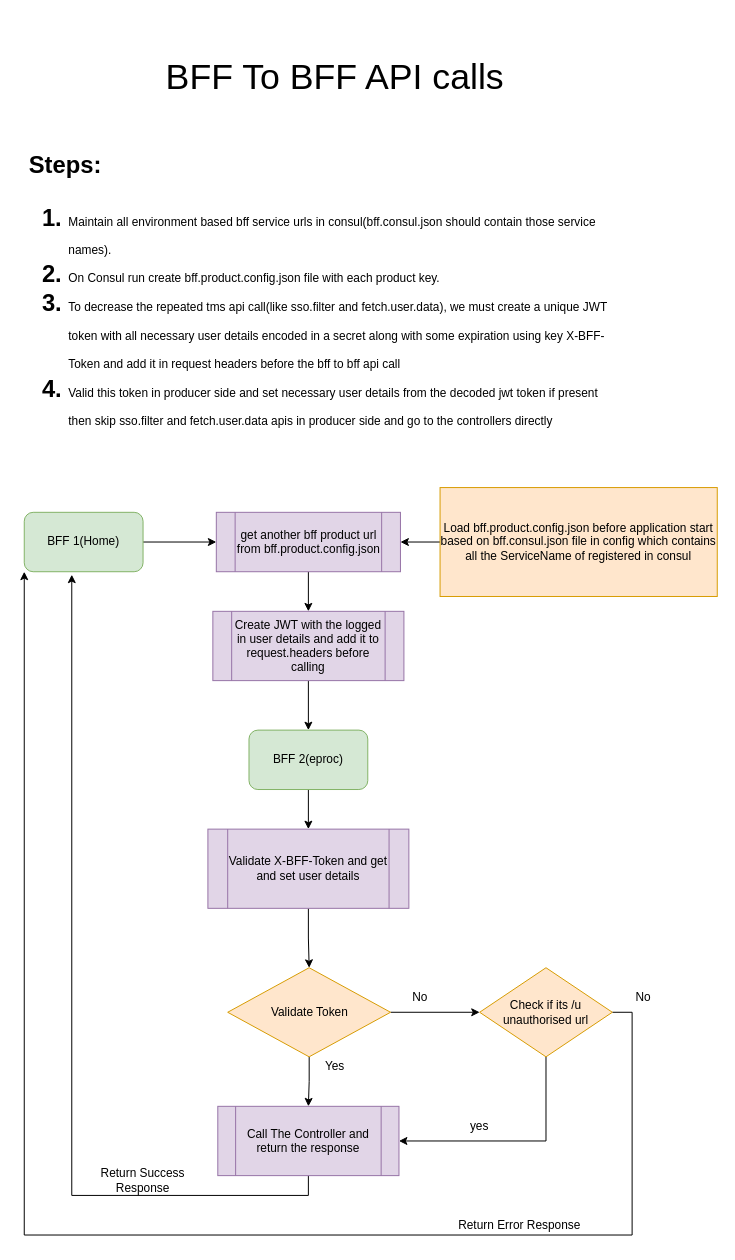
Earlier version of the draw.io diagram BFF-to-BFF-Calls.drawio (AkashB22/drawio). Source tidied: cells renumbered, new cells numbered last; positions are measured from the earlier drawing's top-left corner, leaving out a move shared by most shapes. Both pictures are drawn from the tidied source at 99%, with x=0, y=0 at pixel (24, 17).
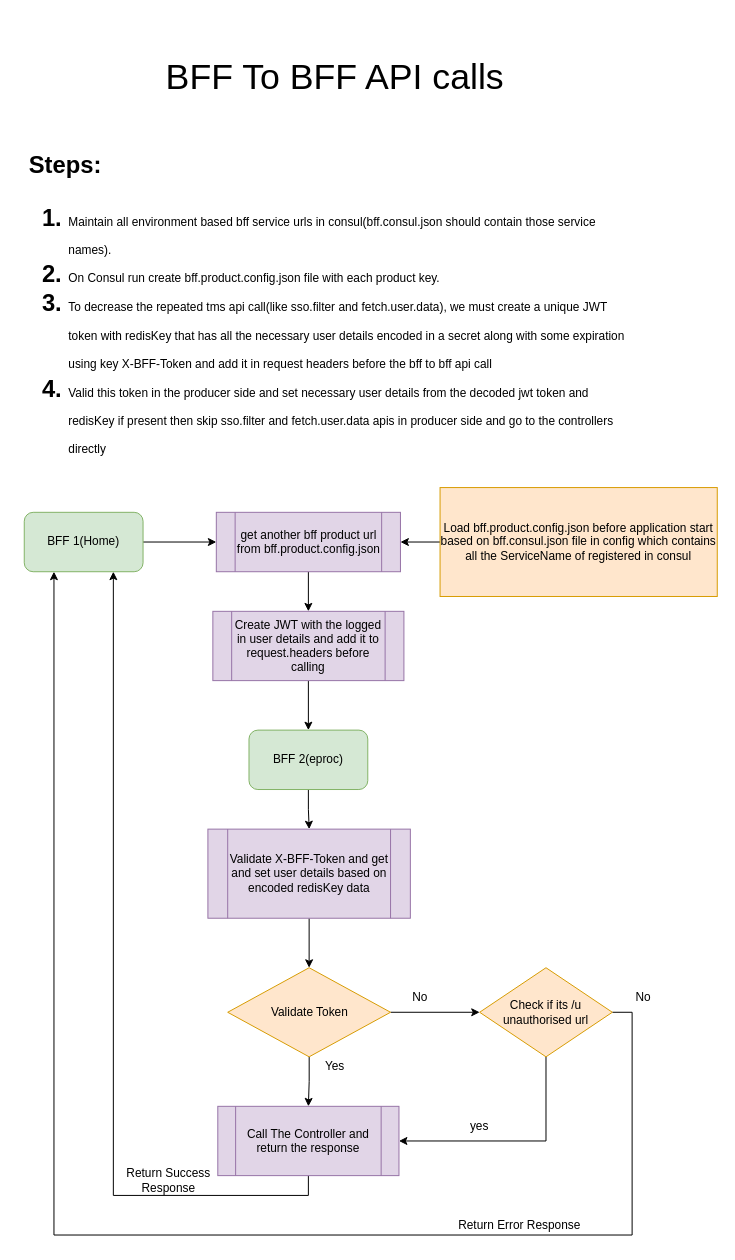
After the change.

Unchanged cells that the change refers to:
```xml
<mxCell id="5" value="BFF 1(Home)" style="rounded=1;whiteSpace=wrap;html=1;fillColor=#d5e8d4;strokeColor=#82b366;" parent="1" vertex="1">
  <mxGeometry y="500" width="120" height="60" as="geometry" />
</mxCell>
<mxCell id="18" value="Call The Controller and return the response" style="shape=process;whiteSpace=wrap;html=1;backgroundOutline=1;fillColor=#e1d5e7;strokeColor=#9673a6;" parent="1" vertex="1">
  <mxGeometry x="195.5" y="1100" width="183" height="70" as="geometry" />
</mxCell>
<mxCell id="24" value="Check if its /u unauthorised url" style="rhombus;whiteSpace=wrap;html=1;fontFamily=Helvetica;fillColor=#ffe6cc;strokeColor=#d79b00;" parent="1" vertex="1">
  <mxGeometry x="460" y="960" width="134" height="90" as="geometry" />
</mxCell>
```

Change to the diagram source:
```diff
@@
-    <mxCell id="3" value="&lt;h1&gt;&lt;span&gt;Steps:&lt;/span&gt;&lt;/h1&gt;&lt;h1&gt;&lt;ol&gt;&lt;li&gt;&lt;span style=&quot;font-weight: normal&quot;&gt;&lt;font style=&quot;font-size: 12px&quot;&gt;Maintain all environment based bff service urls in consul(bff.consul.json should contain those service names).&lt;/font&gt;&lt;/span&gt;&lt;/li&gt;&lt;li&gt;&lt;span style=&quot;font-size: 12px ; font-weight: normal&quot;&gt;On Consul run create bff.product.config.json file with each product key.&lt;/span&gt;&lt;/li&gt;&lt;li&gt;&lt;span style=&quot;font-size: 12px ; font-weight: 400&quot;&gt;To decrease the repeated tms api call(like sso.filter and fetch.user.data), we must create a unique JWT token with all necessary user details encoded in a secret along with some expiration using key X-BFF-Token and add it in request headers before the bff to bff api call&lt;/span&gt;&lt;/li&gt;&lt;li&gt;&lt;span style=&quot;font-size: 12px ; font-weight: 400&quot;&gt;Valid this token in producer side and set necessary user details from the decoded jwt token if present then skip sso.filter and fetch.user.data apis in producer side and go to the controllers directly&lt;/span&gt;&lt;/li&gt;&lt;/ol&gt;&lt;/h1&gt;" style="text;html=1;strokeColor=none;fillColor=none;spacing=5;spacingTop=-20;whiteSpace=wrap;overflow=hidden;rounded=0;" parent="1" vertex="1">
-      <mxGeometry y="130" width="600" height="290" as="geometry" />
+    <mxCell id="3" value="&lt;h1&gt;&lt;span&gt;Steps:&lt;/span&gt;&lt;/h1&gt;&lt;h1&gt;&lt;ol&gt;&lt;li&gt;&lt;span style=&quot;font-weight: normal&quot;&gt;&lt;font style=&quot;font-size: 12px&quot;&gt;Maintain all environment based bff service urls in consul(bff.consul.json should contain those service names).&lt;/font&gt;&lt;/span&gt;&lt;/li&gt;&lt;li&gt;&lt;span style=&quot;font-size: 12px ; font-weight: normal&quot;&gt;On Consul run create bff.product.config.json file with each product key.&lt;/span&gt;&lt;/li&gt;&lt;li&gt;&lt;span style=&quot;font-size: 12px ; font-weight: 400&quot;&gt;To decrease the repeated tms api call(like sso.filter and fetch.user.data), we must create a unique JWT token with redisKey that has all the necessary user details encoded in a secret along with some expiration using key X-BFF-Token and add it in request headers before the bff to bff api call&lt;/span&gt;&lt;/li&gt;&lt;li&gt;&lt;span style=&quot;font-size: 12px ; font-weight: 400&quot;&gt;Valid this token in the producer side and set necessary user details from the decoded jwt token and redisKey if present then skip sso.filter and fetch.user.data apis in producer side and go to the controllers directly&lt;/span&gt;&lt;/li&gt;&lt;/ol&gt;&lt;/h1&gt;" style="text;html=1;strokeColor=none;fillColor=none;spacing=5;spacingTop=-20;whiteSpace=wrap;overflow=hidden;rounded=0;" parent="1" vertex="1">
+      <mxGeometry y="130" width="610" height="320" as="geometry" />
     </mxCell>
@@
-    <mxCell id="13" value="Validate X-BFF-Token and get and set user details" style="shape=process;whiteSpace=wrap;html=1;backgroundOutline=1;fillColor=#e1d5e7;strokeColor=#9673a6;" parent="1" vertex="1">
-      <mxGeometry x="185.5" y="820" width="203" height="80" as="geometry" />
+    <mxCell id="13" value="Validate X-BFF-Token and get and set user details based on encoded redisKey data" style="shape=process;whiteSpace=wrap;html=1;backgroundOutline=1;fillColor=#e1d5e7;strokeColor=#9673a6;" parent="1" vertex="1">
+      <mxGeometry x="185.5" y="820" width="204.5" height="90" as="geometry" />
     </mxCell>
@@
-    <mxCell id="17" style="edgeStyle=orthogonalEdgeStyle;rounded=0;jettySize=auto;html=1;exitX=0.5;exitY=1;exitDx=0;exitDy=0;entryX=0.4;entryY=1.05;entryDx=0;entryDy=0;entryPerimeter=0;fontFamily=Helvetica;" parent="1" edge="1" source="18" target="5">
+    <mxCell id="17" style="edgeStyle=orthogonalEdgeStyle;rounded=0;jettySize=auto;html=1;exitX=0.5;exitY=1;exitDx=0;exitDy=0;fontFamily=Helvetica;entryX=0.75;entryY=1;entryDx=0;entryDy=0;" parent="1" edge="1" source="18" target="5">
       <mxGeometry relative="1" as="geometry" />
     </mxCell>
@@
     <mxCell id="21" value="Return Success Response" style="text;html=1;strokeColor=none;fillColor=none;align=center;verticalAlign=middle;whiteSpace=wrap;rounded=0;fontFamily=Helvetica;" parent="1" vertex="1">
-      <mxGeometry x="70" y="1160" width="100" height="30" as="geometry" />
+      <mxGeometry x="95.5" y="1160" width="100" height="30" as="geometry" />
     </mxCell>
@@
     <mxCell id="23" style="edgeStyle=orthogonalEdgeStyle;rounded=0;jettySize=auto;html=1;exitX=1;exitY=0.5;exitDx=0;exitDy=0;fontFamily=Helvetica;" parent="1" edge="1" source="24" target="5">
       <mxGeometry relative="1" as="geometry">
         <Array as="points">
           <mxPoint x="614" y="1005" />
           <mxPoint x="614" y="1230" />
-          <mxPoint y="1230" />
+          <mxPoint x="30" y="1230" />
         </Array>
       </mxGeometry>
     </mxCell>
```
